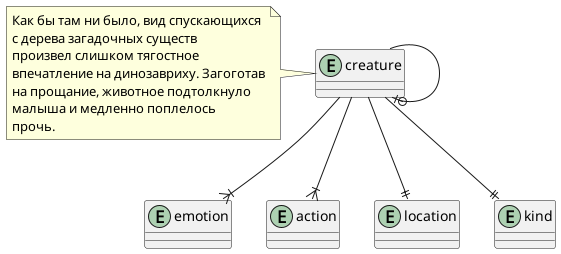
This is doc/lab-1/report/img/high-er-diagram.png from vityaman-edu/db-labs-basic, a PlantUML export, as it was before one commit.
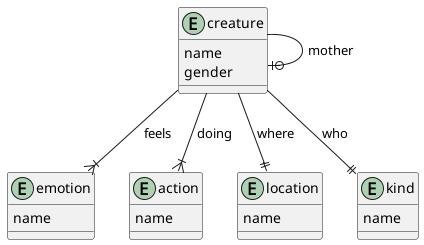
Above is the later version.

Commit message:
[lab][1][doc] edited ER-Diagrams

What changed in the source:
```diff
@@ -1,25 +1,30 @@
 @startuml High-level ER-Diagram
 
-entity creature {}
-entity emotion {}
-entity action {}
-entity location {}
-entity kind {}
+entity creature {
+  name
+  gender
+}
 
-creature --||kind
-creature --||location
-creature --|{ emotion
-creature --|{ action
-creature --o| creature
+entity emotion {
+  name
+}
 
-note left of creature
-  Как бы там ни было, вид спускающихся
-  с дерева загадочных существ
-  произвел слишком тягостное
-  впечатление на динозавриху. Загоготав
-  на прощание, животное подтолкнуло
-  малыша и медленно поплелось
-  прочь.
-end note
+entity action {
+  name
+}
+
+entity location {
+  name
+}
+
+entity kind {
+  name
+}
+
+creature --||kind : who
+creature --||location : where
+creature --|{ emotion : feels
+creature --|{ action : doing
+creature --o| creature : mother
 
 @enduml
```
